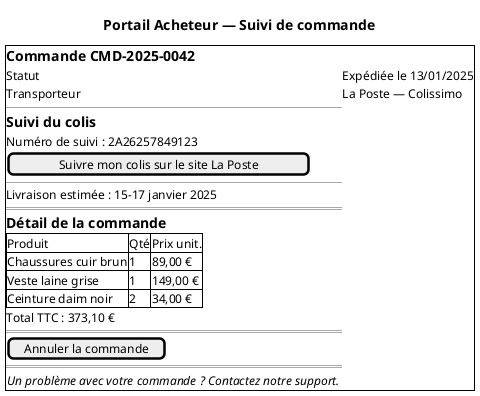
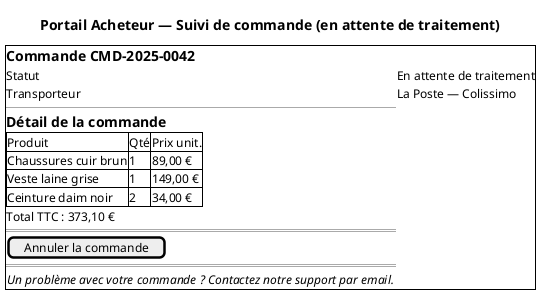
- @startsalt
+ @startuml ihm-pa-suivi-commande
+ salt
' Composant PA : front-acheteur (Portail Acheteur)
' Fonctions allouées : Service Expédition — FS-B08, FS-C01 (CS-05)
' IFS-05 : lien sortant vers le site de suivi du transporteur (pas d'API système)
- title Portail Acheteur — Suivi de commande
+ ' Règle annulation simple (US-CAN-01) : AWAITING_PROCESSING uniquement
+ ' Règle annulation soumise à approbation vendeur (US-CAN-06) : IN_PREPARATION ou SHIPPED
+ title Portail Acheteur — Suivi de commande (en attente de traitement)

{+
  == Commande CMD-2025-0042
-   Statut    | Expédiée le 13/01/2025
+   Statut    | En attente de traitement
  Transporteur | La Poste — Colissimo
  --
-   == Suivi du colis
-   Numéro de suivi : 2A26257849123
-   [Suivre mon colis sur le site La Poste]
-   --
-   Livraison estimée : 15-17 janvier 2025
-   ==
  == Détail de la commande
  {#
    Produit              | Qté | Prix unit.
    Chaussures cuir brun | 1   | 89,00 €
    Veste laine grise    | 1   | 149,00 €
    Ceinture daim noir   | 2   | 34,00 €
  }
  Total TTC : 373,10 €
  ==
  [Annuler la commande]
  ==
  {
-     <i>Un problème avec votre commande ? Contactez notre support.
+     <i>Un problème avec votre commande ? Contactez notre support par email.
  }
}
- @endsalt
+ @enduml
